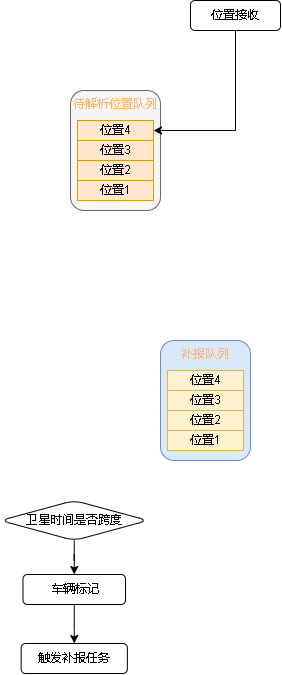
Before: 809数据跨度.drawio.png, a diagram exported from draw.io (xktder/draw). Source tidied: cells renumbered, new cells last; positions are measured from the earlier drawing's top-left corner, leaving out a move shared by most shapes.
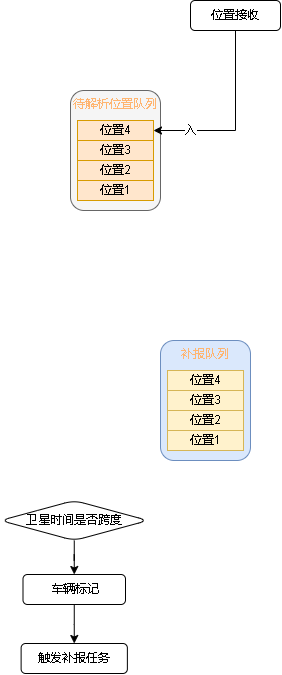
Later version of the same file.

Commit message:
更新809数据跨度.drawio.png

Change to the diagram source:
```diff
@@ -59,5 +59,10 @@
     <mxCell id="20" style="edgeStyle=orthogonalEdgeStyle;rounded=0;jettySize=auto;html=1;entryX=1;entryY=0.5;entryDx=0;entryDy=0;fontColor=#000000;exitX=0.5;exitY=1;exitDx=0;exitDy=0;" parent="1" edge="1" source="2" target="10">
       <mxGeometry relative="1" as="geometry" />
     </mxCell>
+    <mxCell id="21" value="入" style="edgeLabel;html=1;align=center;verticalAlign=middle;fontColor=#000000;" parent="20" vertex="1">
+      <mxGeometry x="0.48" y="1" relative="1" as="geometry">
+        <mxPoint x="-11" y="-1" as="offset" />
+      </mxGeometry>
+    </mxCell>
   </root>
 </mxGraphModel>
```
